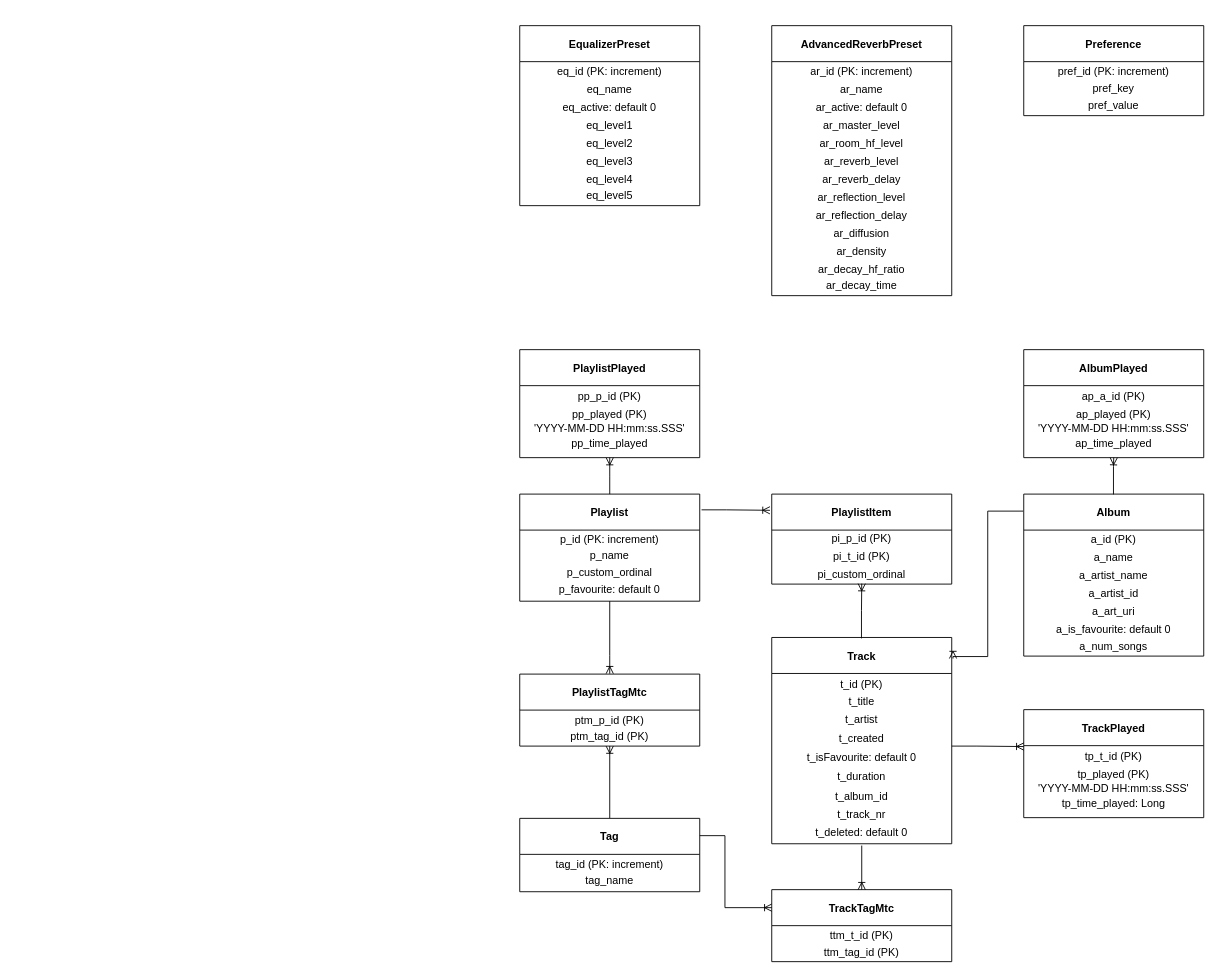
Lohni/Musicplayer keeps this draw.io diagram as musicplayer_schema.drawio. Above is the earlier version. Source tidied: cells renumbered, new cells numbered last; positions are measured from the earlier drawing's top-left corner, leaving out a move shared by most shapes. Both pictures are drawn from the tidied source at 90%, with x=0, y=0 at pixel (519, 25).
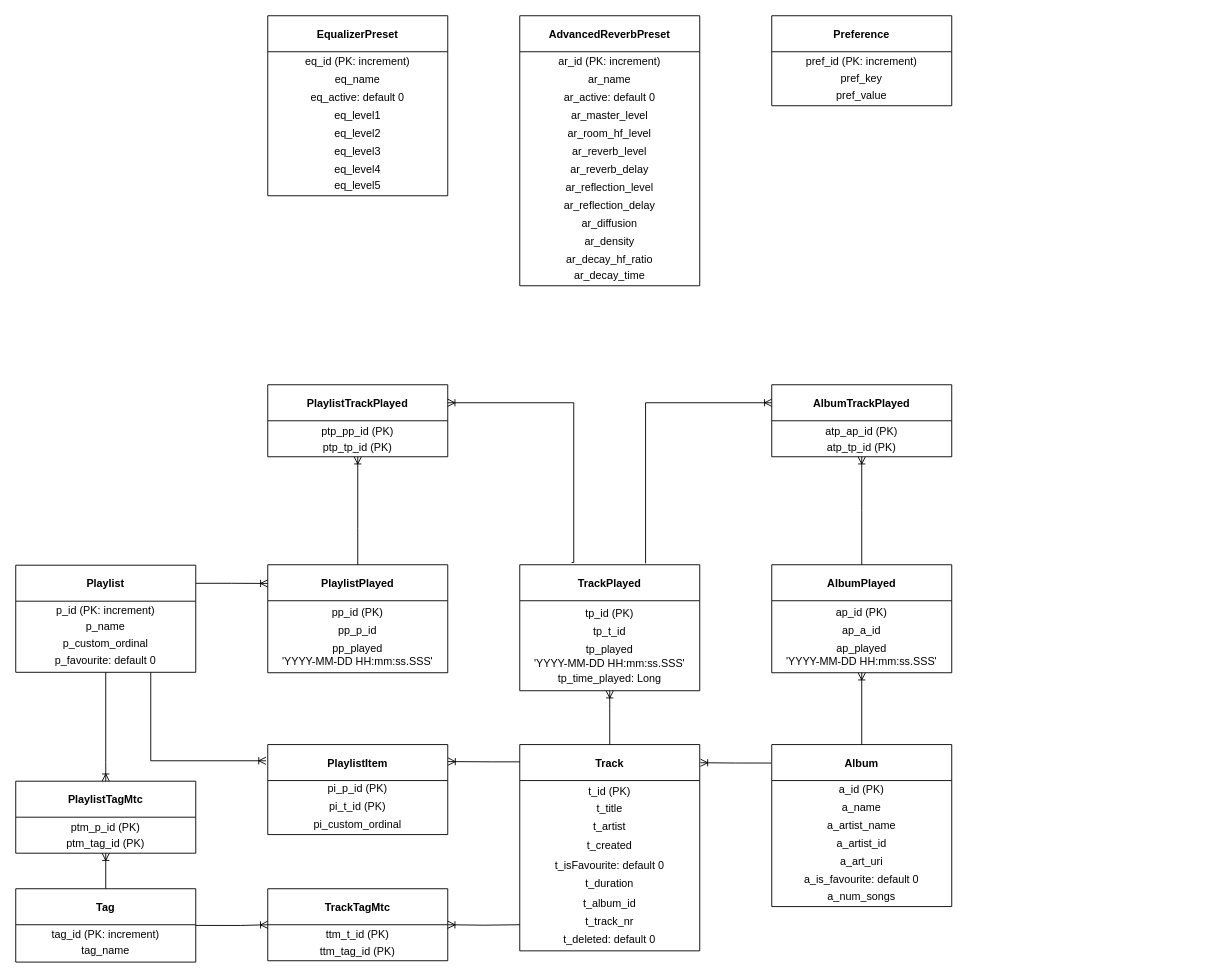
The same diagram, later.

Unchanged cells that the change refers to:
```xml
<mxCell id="16" value="Playlist" style="swimlane;startSize=40;" parent="15" vertex="1">
  <mxGeometry width="200" height="119" as="geometry" />
</mxCell>
<mxCell id="22" value="PlaylistItem" style="swimlane;startSize=40;" parent="21" vertex="1">
  <mxGeometry width="200" height="100" as="geometry" />
</mxCell>
<mxCell id="27" value="Track" style="swimlane;startSize=40;" parent="26" vertex="1">
  <mxGeometry width="200" height="229.2" as="geometry" />
</mxCell>
```

Change to the diagram source:
```diff
@@
     <mxCell id="3" value="Tag" style="swimlane;startSize=40;" parent="1" vertex="1">
-      <mxGeometry y="880.8" width="200" height="81.5" as="geometry" />
+      <mxGeometry x="-560" y="959" width="200" height="81.5" as="geometry" />
     </mxCell>
@@
     <mxCell id="6" value="PlaylistTagMtc" style="swimlane;startSize=40;" parent="1" vertex="1">
-      <mxGeometry y="720.5" width="200" height="80" as="geometry" />
+      <mxGeometry x="-560" y="839.5" width="200" height="80" as="geometry" />
     </mxCell>
@@
     <mxCell id="9" value="TrackTagMtc" style="swimlane;startSize=40;" parent="1" vertex="1">
-      <mxGeometry x="280" y="960" width="200" height="80" as="geometry" />
+      <mxGeometry x="-280" y="959" width="200" height="80" as="geometry" />
     </mxCell>
@@
     <mxCell id="12" value="TrackPlayed" style="swimlane;startSize=40;" parent="1" vertex="1">
-      <mxGeometry x="560" y="760" width="200" height="120" as="geometry" />
+      <mxGeometry y="599" width="200" height="140" as="geometry" />
     </mxCell>
-    <mxCell id="13" value="tp_t_id (PK)" style="text;html=1;strokeColor=none;fillColor=none;align=center;verticalAlign=middle;whiteSpace=wrap;rounded=0;" parent="12" vertex="1">
-      <mxGeometry x="10" y="43" width="180" height="20" as="geometry" />
+    <mxCell id="13" value="tp_t_id" style="text;html=1;strokeColor=none;fillColor=none;align=center;verticalAlign=middle;whiteSpace=wrap;rounded=0;" parent="12" vertex="1">
+      <mxGeometry x="10" y="65" width="180" height="20" as="geometry" />
     </mxCell>
-    <mxCell id="14" value="tp_played (PK)&lt;br&gt;'YYYY-MM-DD HH:mm:ss.SSS'" style="text;html=1;strokeColor=none;fillColor=none;align=center;verticalAlign=middle;whiteSpace=wrap;rounded=0;" parent="12" vertex="1">
-      <mxGeometry x="10" y="59" width="180" height="41" as="geometry" />
+    <mxCell id="14" value="tp_played&lt;br&gt;'YYYY-MM-DD HH:mm:ss.SSS'" style="text;html=1;strokeColor=none;fillColor=none;align=center;verticalAlign=middle;whiteSpace=wrap;rounded=0;" parent="12" vertex="1">
+      <mxGeometry x="10" y="81" width="180" height="41" as="geometry" />
     </mxCell>
+    <mxCell id="85" value="tp_time_played: Long" style="text;html=1;strokeColor=none;fillColor=none;align=center;verticalAlign=middle;whiteSpace=wrap;rounded=0;" parent="12" vertex="1">
+      <mxGeometry x="10" y="117" width="180" height="20" as="geometry" />
+    </mxCell>
+    <mxCell id="93" value="tp_id (PK)" style="text;html=1;strokeColor=none;fillColor=none;align=center;verticalAlign=middle;whiteSpace=wrap;rounded=0;" parent="12" vertex="1">
+      <mxGeometry x="10" y="45" width="180" height="20" as="geometry" />
+    </mxCell>
     <mxCell id="15" style="group;" parent="1" vertex="1">
-      <mxGeometry y="520.5" width="200" height="119" as="geometry" />
+      <mxGeometry x="-560" y="599.5" width="200" height="119" as="geometry" />
     </mxCell>
@@
     <mxCell id="21" style="group;" parent="1" vertex="1">
-      <mxGeometry x="280" y="520.5" width="200" height="100" as="geometry" />
+      <mxGeometry x="-280" y="798.8" width="200" height="100" as="geometry" />
     </mxCell>
@@
     <mxCell id="26" style="group;" parent="1" vertex="1">
-      <mxGeometry x="280" y="679.8" width="200" height="229.2" as="geometry" />
+      <mxGeometry y="798.8" width="200" height="229.2" as="geometry" />
     </mxCell>
@@
     <mxCell id="37" style="group;" parent="1" vertex="1">
-      <mxGeometry width="200" height="200" as="geometry" />
+      <mxGeometry x="-280" y="-11" width="200" height="200" as="geometry" />
     </mxCell>
@@
     <mxCell id="47" style="group;" parent="1" vertex="1">
-      <mxGeometry x="280" width="200" height="300" as="geometry" />
+      <mxGeometry y="-11" width="200" height="300" as="geometry" />
     </mxCell>
@@
     <mxCell id="62" value="AlbumPlayed" style="swimlane;startSize=40;" parent="1" vertex="1">
-      <mxGeometry x="560" y="360" width="200" height="120" as="geometry" />
+      <mxGeometry x="280" y="599" width="200" height="120" as="geometry" />
     </mxCell>
-    <mxCell id="63" value="ap_a_id (PK)" style="text;html=1;strokeColor=none;fillColor=none;align=center;verticalAlign=middle;whiteSpace=wrap;rounded=0;" parent="62" vertex="1">
-      <mxGeometry x="10" y="43" width="180" height="20" as="geometry" />
+    <mxCell id="63" value="ap_a_id" style="text;html=1;strokeColor=none;fillColor=none;align=center;verticalAlign=middle;whiteSpace=wrap;rounded=0;" parent="62" vertex="1">
+      <mxGeometry x="10" y="63" width="180" height="20" as="geometry" />
     </mxCell>
-    <mxCell id="64" value="ap_played (PK)&lt;br&gt;'YYYY-MM-DD HH:mm:ss.SSS'" style="text;html=1;strokeColor=none;fillColor=none;align=center;verticalAlign=middle;whiteSpace=wrap;rounded=0;" parent="62" vertex="1">
-      <mxGeometry x="10" y="59" width="180" height="41" as="geometry" />
+    <mxCell id="64" value="ap_played&lt;br&gt;'YYYY-MM-DD HH:mm:ss.SSS'" style="text;html=1;strokeColor=none;fillColor=none;align=center;verticalAlign=middle;whiteSpace=wrap;rounded=0;" parent="62" vertex="1">
+      <mxGeometry x="10" y="79" width="180" height="41" as="geometry" />
     </mxCell>
+    <mxCell id="94" value="ap_id (PK)" style="text;html=1;strokeColor=none;fillColor=none;align=center;verticalAlign=middle;whiteSpace=wrap;rounded=0;" parent="62" vertex="1">
+      <mxGeometry x="10" y="43" width="180" height="20" as="geometry" />
+    </mxCell>
     <mxCell id="65" value="PlaylistPlayed" style="swimlane;startSize=40;" parent="1" vertex="1">
-      <mxGeometry y="360" width="200" height="120" as="geometry" />
+      <mxGeometry x="-280" y="599" width="200" height="120" as="geometry" />
     </mxCell>
-    <mxCell id="66" value="pp_p_id (PK)" style="text;html=1;strokeColor=none;fillColor=none;align=center;verticalAlign=middle;whiteSpace=wrap;rounded=0;" parent="65" vertex="1">
-      <mxGeometry x="10" y="43" width="180" height="20" as="geometry" />
+    <mxCell id="66" value="pp_p_id" style="text;html=1;strokeColor=none;fillColor=none;align=center;verticalAlign=middle;whiteSpace=wrap;rounded=0;" parent="65" vertex="1">
+      <mxGeometry x="10" y="63" width="180" height="20" as="geometry" />
     </mxCell>
-    <mxCell id="67" value="pp_played (PK)&lt;br&gt;'YYYY-MM-DD HH:mm:ss.SSS'" style="text;html=1;strokeColor=none;fillColor=none;align=center;verticalAlign=middle;whiteSpace=wrap;rounded=0;" parent="65" vertex="1">
-      <mxGeometry x="10" y="59" width="180" height="41" as="geometry" />
+    <mxCell id="67" value="pp_played&lt;br&gt;'YYYY-MM-DD HH:mm:ss.SSS'" style="text;html=1;strokeColor=none;fillColor=none;align=center;verticalAlign=middle;whiteSpace=wrap;rounded=0;" parent="65" vertex="1">
+      <mxGeometry x="10" y="79" width="180" height="41" as="geometry" />
     </mxCell>
+    <mxCell id="95" value="pp_id (PK)" style="text;html=1;strokeColor=none;fillColor=none;align=center;verticalAlign=middle;whiteSpace=wrap;rounded=0;" parent="65" vertex="1">
+      <mxGeometry x="10" y="43" width="180" height="20" as="geometry" />
+    </mxCell>
     <mxCell id="68" value="Album" style="swimlane;startSize=40;" parent="1" vertex="1">
-      <mxGeometry x="560" y="520.5" width="200" height="180" as="geometry" />
+      <mxGeometry x="280" y="798.8" width="200" height="180" as="geometry" />
     </mxCell>
@@
-    <mxCell id="76" style="edgeStyle=orthogonalEdgeStyle;rounded=0;jettySize=auto;html=1;exitX=0.5;exitY=1;exitDx=0;exitDy=0;endArrow=ERoneToMany;endFill=0;" parent="1" edge="1" source="16">
+    <mxCell id="76" style="edgeStyle=orthogonalEdgeStyle;rounded=0;jettySize=auto;html=1;exitX=0.5;exitY=1;exitDx=0;exitDy=0;endArrow=ERoneToMany;endFill=0;entryX=0.5;entryY=0;entryDx=0;entryDy=0;" parent="1" edge="1" source="16" target="6">
       <mxGeometry relative="1" as="geometry">
-        <mxPoint x="100" y="720" as="targetPoint" />
         <Array as="points">
-          <mxPoint x="100" y="700" />
-          <mxPoint x="100" y="700" />
+          <mxPoint x="-460" y="819" />
+          <mxPoint x="-460" y="819" />
         </Array>
       </mxGeometry>
     </mxCell>
-    <mxCell id="77" style="edgeStyle=orthogonalEdgeStyle;rounded=0;jettySize=auto;html=1;exitX=0.5;exitY=0;exitDx=0;exitDy=0;endArrow=ERoneToMany;endFill=0;" parent="1" edge="1" source="16">
-      <mxGeometry relative="1" as="geometry">
-        <mxPoint x="100" y="480" as="targetPoint" />
-      </mxGeometry>
+    <mxCell id="77" style="edgeStyle=orthogonalEdgeStyle;rounded=0;jettySize=auto;html=1;exitX=1.001;exitY=0.169;exitDx=0;exitDy=0;endArrow=ERoneToMany;endFill=0;entryX=0;entryY=0.173;entryDx=0;entryDy=0;entryPerimeter=0;exitPerimeter=0;" parent="1" edge="1" source="16" target="65">
+      <mxGeometry relative="1" as="geometry" />
     </mxCell>
-    <mxCell id="78" style="edgeStyle=orthogonalEdgeStyle;rounded=0;jettySize=auto;html=1;exitX=1.01;exitY=0.147;exitDx=0;exitDy=0;endArrow=ERoneToMany;endFill=0;entryX=-0.01;entryY=0.18;entryDx=0;entryDy=0;entryPerimeter=0;exitPerimeter=0;" parent="1" edge="1" source="16" target="22">
+    <mxCell id="78" style="edgeStyle=orthogonalEdgeStyle;rounded=0;jettySize=auto;html=1;exitX=0.75;exitY=1;exitDx=0;exitDy=0;endArrow=ERoneToMany;endFill=0;entryX=-0.01;entryY=0.18;entryDx=0;entryDy=0;entryPerimeter=0;" parent="1" edge="1" source="16" target="22">
       <mxGeometry relative="1" as="geometry">
         <Array as="points">
-          <mxPoint x="230" y="538" />
+          <mxPoint x="-410" y="817" />
         </Array>
       </mxGeometry>
     </mxCell>
-    <mxCell id="79" style="edgeStyle=orthogonalEdgeStyle;rounded=0;orthogonalLoop=1;jettySize=auto;html=1;exitX=0.5;exitY=0;exitDx=0;exitDy=0;endArrow=ERoneToMany;endFill=0;" parent="1" edge="1">
+    <mxCell id="79" style="edgeStyle=orthogonalEdgeStyle;rounded=0;jettySize=auto;html=1;endArrow=ERoneToMany;endFill=0;entryX=1.002;entryY=0.189;entryDx=0;entryDy=0;entryPerimeter=0;" parent="1" edge="1" target="22">
       <mxGeometry relative="1" as="geometry">
-        <mxPoint x="379.7" y="680.8" as="sourcePoint" />
-        <mxPoint x="380" y="620" as="targetPoint" />
+        <mxPoint y="818" as="sourcePoint" />
         <Array as="points">
-          <mxPoint x="380" y="650" />
-          <mxPoint x="380" y="650" />
+          <mxPoint x="-30" y="818" />
         </Array>
       </mxGeometry>
     </mxCell>
-    <mxCell id="80" style="edgeStyle=orthogonalEdgeStyle;rounded=0;jettySize=auto;html=1;exitX=1.01;exitY=0.147;exitDx=0;exitDy=0;endArrow=ERoneToMany;endFill=0;entryX=0;entryY=0.25;entryDx=0;entryDy=0;exitPerimeter=0;" parent="1" edge="1" target="9">
+    <mxCell id="80" style="edgeStyle=orthogonalEdgeStyle;rounded=0;jettySize=auto;html=1;exitX=1;exitY=0.5;exitDx=0;exitDy=0;endArrow=ERoneToMany;endFill=0;entryX=0;entryY=0.5;entryDx=0;entryDy=0;" parent="1" edge="1" source="3" target="9">
       <mxGeometry relative="1" as="geometry">
-        <mxPoint x="200" y="900" as="sourcePoint" />
         <Array as="points">
-          <mxPoint x="228" y="900" />
-          <mxPoint x="228" y="980" />
+          <mxPoint x="-310" y="1000" />
         </Array>
       </mxGeometry>
     </mxCell>
-    <mxCell id="81" style="edgeStyle=orthogonalEdgeStyle;rounded=0;orthogonalLoop=1;jettySize=auto;html=1;endArrow=ERoneToMany;endFill=0;" parent="1" edge="1">
+    <mxCell id="81" style="edgeStyle=orthogonalEdgeStyle;rounded=0;jettySize=auto;html=1;endArrow=ERoneToMany;endFill=0;entryX=1;entryY=0.5;entryDx=0;entryDy=0;" parent="1" edge="1" target="9">
       <mxGeometry relative="1" as="geometry">
-        <mxPoint x="380" y="911" as="sourcePoint" />
-        <mxPoint x="380" y="960" as="targetPoint" />
-        <Array as="points">
-          <mxPoint x="379.7" y="911" />
-          <mxPoint x="379.7" y="911" />
-        </Array>
+        <mxPoint y="999" as="sourcePoint" />
       </mxGeometry>
     </mxCell>
-    <mxCell id="82" style="edgeStyle=orthogonalEdgeStyle;rounded=0;orthogonalLoop=1;jettySize=auto;html=1;exitX=1.01;exitY=0.147;exitDx=0;exitDy=0;endArrow=ERoneToMany;endFill=0;exitPerimeter=0;" parent="1" edge="1">
+    <mxCell id="82" style="edgeStyle=orthogonalEdgeStyle;rounded=0;jettySize=auto;html=1;exitX=0.5;exitY=0;exitDx=0;exitDy=0;endArrow=ERoneToMany;endFill=0;" parent="1" edge="1" source="27">
       <mxGeometry relative="1" as="geometry">
-        <mxPoint x="480" y="800.5" as="sourcePoint" />
-        <mxPoint x="560" y="801" as="targetPoint" />
+        <mxPoint x="100" y="739" as="targetPoint" />
         <Array as="points">
-          <mxPoint x="508" y="800.5" />
+          <mxPoint x="100" y="759" />
+          <mxPoint x="100" y="759" />
         </Array>
       </mxGeometry>
     </mxCell>
     <mxCell id="83" style="edgeStyle=orthogonalEdgeStyle;rounded=0;orthogonalLoop=1;jettySize=auto;html=1;exitX=0.5;exitY=0;exitDx=0;exitDy=0;endArrow=ERoneToMany;endFill=0;" parent="1" edge="1">
       <mxGeometry relative="1" as="geometry">
-        <mxPoint x="659.7" y="520.8" as="sourcePoint" />
-        <mxPoint x="660" y="480" as="targetPoint" />
-        <Array as="points">
-          <mxPoint x="660" y="490" />
-          <mxPoint x="660" y="490" />
-        </Array>
+        <mxPoint x="380" y="798.7" as="sourcePoint" />
+        <mxPoint x="380" y="719" as="targetPoint" />
       </mxGeometry>
     </mxCell>
-    <mxCell id="84" style="edgeStyle=orthogonalEdgeStyle;rounded=0;jettySize=auto;html=1;exitX=-0.003;exitY=0.105;exitDx=0;exitDy=0;endArrow=ERoneToMany;endFill=0;exitPerimeter=0;entryX=1.007;entryY=0.102;entryDx=0;entryDy=0;entryPerimeter=0;" parent="1" edge="1" source="68" target="27">
-      <mxGeometry relative="1" as="geometry">
-        <Array as="points">
-          <mxPoint x="520" y="539" />
-          <mxPoint x="520" y="701" />
-        </Array>
-      </mxGeometry>
-    </mxCell>
-    <mxCell id="85" value="tp_time_played: Long" style="text;html=1;strokeColor=none;fillColor=none;align=center;verticalAlign=middle;whiteSpace=wrap;rounded=0;" parent="1" vertex="1">
-      <mxGeometry x="570" y="855" width="180" height="20" as="geometry" />
-    </mxCell>
-    <mxCell id="86" value="pp_time_played" style="text;html=1;strokeColor=none;fillColor=none;align=center;verticalAlign=middle;whiteSpace=wrap;rounded=0;" parent="1" vertex="1">
-      <mxGeometry x="10" y="455" width="180" height="20" as="geometry" />
-    </mxCell>
-    <mxCell id="87" value="ap_time_played" style="text;html=1;strokeColor=none;fillColor=none;align=center;verticalAlign=middle;whiteSpace=wrap;rounded=0;" parent="1" vertex="1">
-      <mxGeometry x="570" y="455" width="180" height="20" as="geometry" />
-    </mxCell>
     <mxCell id="88" style="group;" parent="1" vertex="1">
-      <mxGeometry x="560" width="200" height="200" as="geometry" />
+      <mxGeometry x="280" y="-11" width="200" height="200" as="geometry" />
     </mxCell>
@@
+    <mxCell id="84" style="edgeStyle=orthogonalEdgeStyle;rounded=0;jettySize=auto;html=1;endArrow=ERoneToMany;endFill=0;entryX=1.004;entryY=0.088;entryDx=0;entryDy=0;entryPerimeter=0;exitX=-0.003;exitY=0.114;exitDx=0;exitDy=0;exitPerimeter=0;" parent="1" edge="1" source="68" target="27">
+      <mxGeometry relative="1" as="geometry">
+        <Array as="points">
+          <mxPoint x="240" y="819" />
+          <mxPoint x="201" y="819" />
+        </Array>
+      </mxGeometry>
+    </mxCell>
+    <mxCell id="96" value="PlaylistTrackPlayed" style="swimlane;startSize=40;" parent="1" vertex="1">
+      <mxGeometry x="-280" y="399" width="200" height="80" as="geometry" />
+    </mxCell>
+    <mxCell id="97" value="ptp_pp_id (PK)" style="text;html=1;strokeColor=none;fillColor=none;align=center;verticalAlign=middle;whiteSpace=wrap;rounded=0;" parent="96" vertex="1">
+      <mxGeometry x="10" y="42" width="180" height="20" as="geometry" />
+    </mxCell>
+    <mxCell id="98" value="ptp_tp_id (PK)" style="text;html=1;strokeColor=none;fillColor=none;align=center;verticalAlign=middle;whiteSpace=wrap;rounded=0;" parent="96" vertex="1">
+      <mxGeometry x="10" y="60" width="180" height="20" as="geometry" />
+    </mxCell>
+    <mxCell id="99" value="AlbumTrackPlayed" style="swimlane;startSize=40;" parent="1" vertex="1">
+      <mxGeometry x="280" y="399" width="200" height="80" as="geometry" />
+    </mxCell>
+    <mxCell id="100" value="atp_ap_id (PK)" style="text;html=1;strokeColor=none;fillColor=none;align=center;verticalAlign=middle;whiteSpace=wrap;rounded=0;" parent="99" vertex="1">
+      <mxGeometry x="10" y="42" width="180" height="20" as="geometry" />
+    </mxCell>
+    <mxCell id="101" value="atp_tp_id (PK)" style="text;html=1;strokeColor=none;fillColor=none;align=center;verticalAlign=middle;whiteSpace=wrap;rounded=0;" parent="99" vertex="1">
+      <mxGeometry x="10" y="60" width="180" height="20" as="geometry" />
+    </mxCell>
+    <mxCell id="102" style="edgeStyle=orthogonalEdgeStyle;rounded=0;jettySize=auto;html=1;exitX=0.5;exitY=0;exitDx=0;exitDy=0;endArrow=ERoneToMany;endFill=0;entryX=0.5;entryY=1;entryDx=0;entryDy=0;" parent="1" edge="1" source="62" target="101">
+      <mxGeometry relative="1" as="geometry">
+        <Array as="points">
+          <mxPoint x="380" y="539" />
+          <mxPoint x="380" y="539" />
+        </Array>
+      </mxGeometry>
+    </mxCell>
+    <mxCell id="103" style="edgeStyle=orthogonalEdgeStyle;rounded=0;jettySize=auto;html=1;exitX=0.699;exitY=-0.011;exitDx=0;exitDy=0;endArrow=ERoneToMany;endFill=0;entryX=0;entryY=0.25;entryDx=0;entryDy=0;exitPerimeter=0;" parent="1" edge="1" source="12" target="99">
+      <mxGeometry relative="1" as="geometry">
+        <Array as="points">
+          <mxPoint x="140" y="419" />
+        </Array>
+      </mxGeometry>
+    </mxCell>
+    <mxCell id="104" style="edgeStyle=orthogonalEdgeStyle;rounded=0;jettySize=auto;html=1;exitX=0.5;exitY=0;exitDx=0;exitDy=0;endArrow=ERoneToMany;endFill=0;entryX=0.5;entryY=1;entryDx=0;entryDy=0;" parent="1" edge="1" source="65" target="98">
+      <mxGeometry relative="1" as="geometry">
+        <Array as="points">
+          <mxPoint x="-180" y="559" />
+          <mxPoint x="-180" y="559" />
+        </Array>
+      </mxGeometry>
+    </mxCell>
+    <mxCell id="105" style="edgeStyle=orthogonalEdgeStyle;rounded=0;jettySize=auto;html=1;exitX=0.288;exitY=-0.018;exitDx=0;exitDy=0;endArrow=ERoneToMany;endFill=0;entryX=1;entryY=0.25;entryDx=0;entryDy=0;exitPerimeter=0;" parent="1" edge="1" source="12" target="96">
+      <mxGeometry relative="1" as="geometry">
+        <Array as="points">
+          <mxPoint x="60" y="597" />
+          <mxPoint x="60" y="419" />
+        </Array>
+      </mxGeometry>
+    </mxCell>
```
